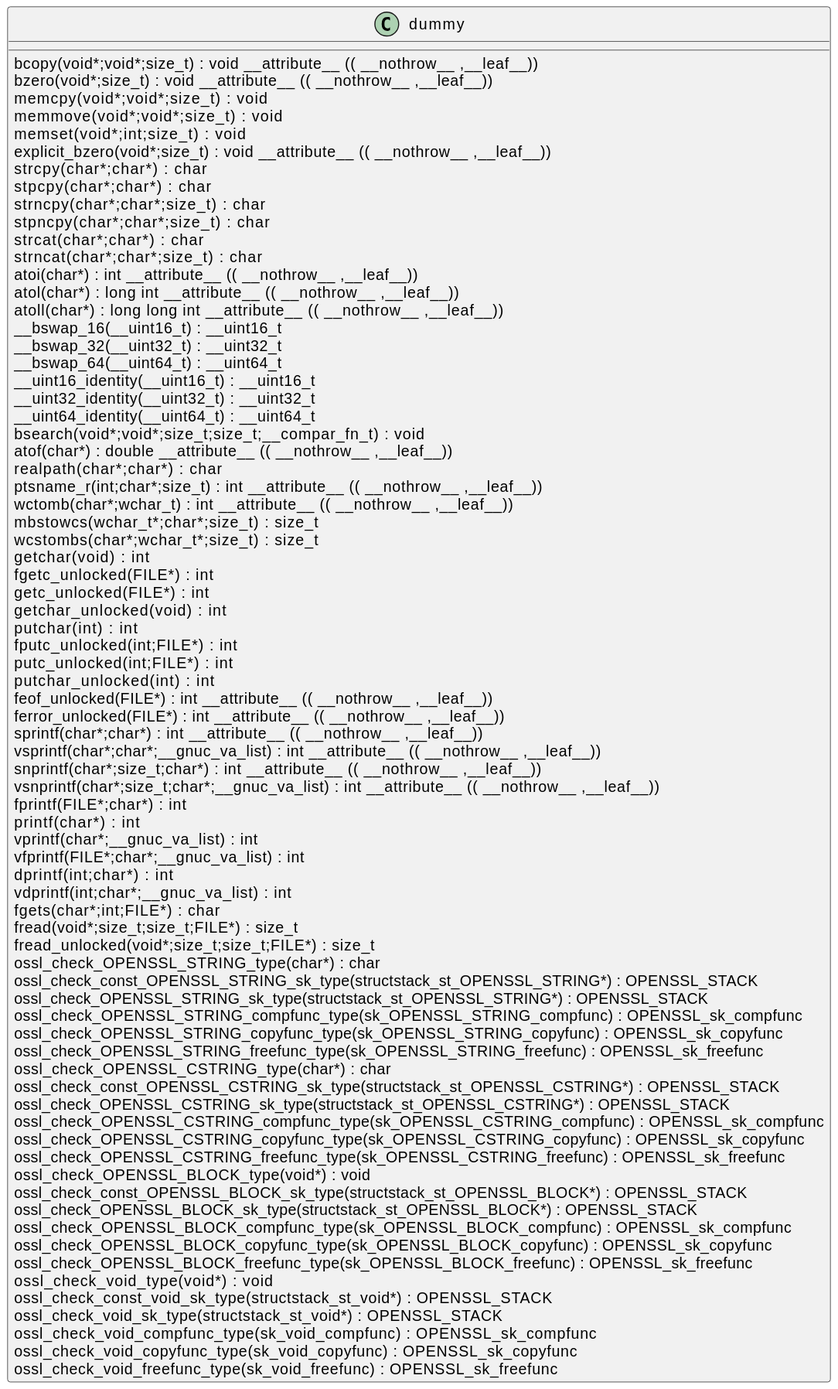
Earlier version of the PlantUML export docs/qc/ssl/statem/extensions.c.svg (qualitesys/openssl). Its diagram source:
```plantuml
@startuml
!pragma layout smetana
class dummy {
bcopy(void*;void*;size_t) :  void  __attribute__ (( __nothrow__ ,__leaf__)) [[[./../../.././qc/ssl/statem/extensions.c.html#298]]]
bzero(void*;size_t) :  void  __attribute__ (( __nothrow__ ,__leaf__)) [[[./../../.././qc/ssl/statem/extensions.c.html#305]]]
memcpy(void*;void*;size_t) :  void  [[[./../../.././qc/ssl/statem/extensions.c.html#346]]]
memmove(void*;void*;size_t) :  void  [[[./../../.././qc/ssl/statem/extensions.c.html#354]]]
memset(void*;int;size_t) :  void  [[[./../../.././qc/ssl/statem/extensions.c.html#361]]]
explicit_bzero(void*;size_t) :  void  __attribute__ (( __nothrow__ ,__leaf__)) [[[./../../.././qc/ssl/statem/extensions.c.html#374]]]
strcpy(char*;char*) :  char  [[[./../../.././qc/ssl/statem/extensions.c.html#381]]]
stpcpy(char*;char*) :  char  [[[./../../.././qc/ssl/statem/extensions.c.html#388]]]
strncpy(char*;char*;size_t) :  char  [[[./../../.././qc/ssl/statem/extensions.c.html#396]]]
stpncpy(char*;char*;size_t) :  char  [[[./../../.././qc/ssl/statem/extensions.c.html#406]]]
strcat(char*;char*) :  char  [[[./../../.././qc/ssl/statem/extensions.c.html#413]]]
strncat(char*;char*;size_t) :  char  [[[./../../.././qc/ssl/statem/extensions.c.html#420]]]
atoi(char*) :  int  __attribute__ (( __nothrow__ ,__leaf__)) [[[./../../.././qc/ssl/statem/extensions.c.html#570]]]
atol(char*) :  long  int  __attribute__ (( __nothrow__ ,__leaf__)) [[[./../../.././qc/ssl/statem/extensions.c.html#575]]]
atoll(char*) :  long  long  int  __attribute__ (( __nothrow__ ,__leaf__)) [[[./../../.././qc/ssl/statem/extensions.c.html#582]]]
__bswap_16(__uint16_t) : __uint16_t [[[./../../.././qc/ssl/statem/extensions.c.html#882]]]
__bswap_32(__uint32_t) : __uint32_t [[[./../../.././qc/ssl/statem/extensions.c.html#897]]]
__bswap_64(__uint64_t) : __uint64_t [[[./../../.././qc/ssl/statem/extensions.c.html#907]]]
__uint16_identity(__uint16_t) : __uint16_t [[[./../../.././qc/ssl/statem/extensions.c.html#919]]]
__uint32_identity(__uint32_t) : __uint32_t [[[./../../.././qc/ssl/statem/extensions.c.html#925]]]
__uint64_identity(__uint64_t) : __uint64_t [[[./../../.././qc/ssl/statem/extensions.c.html#931]]]
bsearch(void*;void*;size_t;size_t;__compar_fn_t) :  void  [[[./../../.././qc/ssl/statem/extensions.c.html#1599]]]
atof(char*) :  double  __attribute__ (( __nothrow__ ,__leaf__)) [[[./../../.././qc/ssl/statem/extensions.c.html#1]]]
realpath(char*;char*) :  char  [[[./../../.././qc/ssl/statem/extensions.c.html#1]]]
ptsname_r(int;char*;size_t) :  int  __attribute__ (( __nothrow__ ,__leaf__)) [[[./../../.././qc/ssl/statem/extensions.c.html#1]]]
wctomb(char*;wchar_t) :  int  __attribute__ (( __nothrow__ ,__leaf__)) [[[./../../.././qc/ssl/statem/extensions.c.html#1]]]
mbstowcs(wchar_t*;char*;size_t) : size_t [[[./../../.././qc/ssl/statem/extensions.c.html#1]]]
wcstombs(char*;wchar_t*;size_t) : size_t [[[./../../.././qc/ssl/statem/extensions.c.html#1]]]
getchar(void) :  int  [[[./../../.././qc/ssl/statem/extensions.c.html#1]]]
fgetc_unlocked(FILE*) :  int  [[[./../../.././qc/ssl/statem/extensions.c.html#1]]]
getc_unlocked(FILE*) :  int  [[[./../../.././qc/ssl/statem/extensions.c.html#1]]]
getchar_unlocked(void) :  int  [[[./../../.././qc/ssl/statem/extensions.c.html#1]]]
putchar(int) :  int  [[[./../../.././qc/ssl/statem/extensions.c.html#1]]]
fputc_unlocked(int;FILE*) :  int  [[[./../../.././qc/ssl/statem/extensions.c.html#1]]]
putc_unlocked(int;FILE*) :  int  [[[./../../.././qc/ssl/statem/extensions.c.html#1]]]
putchar_unlocked(int) :  int  [[[./../../.././qc/ssl/statem/extensions.c.html#1]]]
feof_unlocked(FILE*) :  int  __attribute__ (( __nothrow__ ,__leaf__)) [[[./../../.././qc/ssl/statem/extensions.c.html#1]]]
ferror_unlocked(FILE*) :  int  __attribute__ (( __nothrow__ ,__leaf__)) [[[./../../.././qc/ssl/statem/extensions.c.html#1]]]
sprintf(char*;char*) :  int  __attribute__ (( __nothrow__ ,__leaf__)) [[[./../../.././qc/ssl/statem/extensions.c.html#1]]]
vsprintf(char*;char*;__gnuc_va_list) :  int  __attribute__ (( __nothrow__ ,__leaf__)) [[[./../../.././qc/ssl/statem/extensions.c.html#1]]]
snprintf(char*;size_t;char*) :  int  __attribute__ (( __nothrow__ ,__leaf__)) [[[./../../.././qc/ssl/statem/extensions.c.html#1]]]
vsnprintf(char*;size_t;char*;__gnuc_va_list) :  int  __attribute__ (( __nothrow__ ,__leaf__)) [[[./../../.././qc/ssl/statem/extensions.c.html#1]]]
fprintf(FILE*;char*) :  int  [[[./../../.././qc/ssl/statem/extensions.c.html#1]]]
printf(char*) :  int  [[[./../../.././qc/ssl/statem/extensions.c.html#1]]]
vprintf(char*;__gnuc_va_list) :  int  [[[./../../.././qc/ssl/statem/extensions.c.html#1]]]
vfprintf(FILE*;char*;__gnuc_va_list) :  int  [[[./../../.././qc/ssl/statem/extensions.c.html#1]]]
dprintf(int;char*) :  int  [[[./../../.././qc/ssl/statem/extensions.c.html#1]]]
vdprintf(int;char*;__gnuc_va_list) :  int  [[[./../../.././qc/ssl/statem/extensions.c.html#1]]]
fgets(char*;int;FILE*) :  char  [[[./../../.././qc/ssl/statem/extensions.c.html#1]]]
fread(void*;size_t;size_t;FILE*) : size_t [[[./../../.././qc/ssl/statem/extensions.c.html#1]]]
fread_unlocked(void*;size_t;size_t;FILE*) : size_t [[[./../../.././qc/ssl/statem/extensions.c.html#1]]]
ossl_check_OPENSSL_STRING_type(char*) :  char  [[[./../../.././qc/ssl/statem/extensions.c.html#1]]]
ossl_check_const_OPENSSL_STRING_sk_type(structstack_st_OPENSSL_STRING*) : OPENSSL_STACK [[[./../../.././qc/ssl/statem/extensions.c.html#1]]]
ossl_check_OPENSSL_STRING_sk_type(structstack_st_OPENSSL_STRING*) : OPENSSL_STACK [[[./../../.././qc/ssl/statem/extensions.c.html#1]]]
ossl_check_OPENSSL_STRING_compfunc_type(sk_OPENSSL_STRING_compfunc) : OPENSSL_sk_compfunc [[[./../../.././qc/ssl/statem/extensions.c.html#1]]]
ossl_check_OPENSSL_STRING_copyfunc_type(sk_OPENSSL_STRING_copyfunc) : OPENSSL_sk_copyfunc [[[./../../.././qc/ssl/statem/extensions.c.html#1]]]
ossl_check_OPENSSL_STRING_freefunc_type(sk_OPENSSL_STRING_freefunc) : OPENSSL_sk_freefunc [[[./../../.././qc/ssl/statem/extensions.c.html#1]]]
ossl_check_OPENSSL_CSTRING_type(char*) :  char  [[[./../../.././qc/ssl/statem/extensions.c.html#1]]]
ossl_check_const_OPENSSL_CSTRING_sk_type(structstack_st_OPENSSL_CSTRING*) : OPENSSL_STACK [[[./../../.././qc/ssl/statem/extensions.c.html#1]]]
ossl_check_OPENSSL_CSTRING_sk_type(structstack_st_OPENSSL_CSTRING*) : OPENSSL_STACK [[[./../../.././qc/ssl/statem/extensions.c.html#1]]]
ossl_check_OPENSSL_CSTRING_compfunc_type(sk_OPENSSL_CSTRING_compfunc) : OPENSSL_sk_compfunc [[[./../../.././qc/ssl/statem/extensions.c.html#1]]]
ossl_check_OPENSSL_CSTRING_copyfunc_type(sk_OPENSSL_CSTRING_copyfunc) : OPENSSL_sk_copyfunc [[[./../../.././qc/ssl/statem/extensions.c.html#1]]]
ossl_check_OPENSSL_CSTRING_freefunc_type(sk_OPENSSL_CSTRING_freefunc) : OPENSSL_sk_freefunc [[[./../../.././qc/ssl/statem/extensions.c.html#1]]]
ossl_check_OPENSSL_BLOCK_type(void*) :  void  [[[./../../.././qc/ssl/statem/extensions.c.html#1]]]
ossl_check_const_OPENSSL_BLOCK_sk_type(structstack_st_OPENSSL_BLOCK*) : OPENSSL_STACK [[[./../../.././qc/ssl/statem/extensions.c.html#1]]]
ossl_check_OPENSSL_BLOCK_sk_type(structstack_st_OPENSSL_BLOCK*) : OPENSSL_STACK [[[./../../.././qc/ssl/statem/extensions.c.html#1]]]
ossl_check_OPENSSL_BLOCK_compfunc_type(sk_OPENSSL_BLOCK_compfunc) : OPENSSL_sk_compfunc [[[./../../.././qc/ssl/statem/extensions.c.html#1]]]
ossl_check_OPENSSL_BLOCK_copyfunc_type(sk_OPENSSL_BLOCK_copyfunc) : OPENSSL_sk_copyfunc [[[./../../.././qc/ssl/statem/extensions.c.html#1]]]
ossl_check_OPENSSL_BLOCK_freefunc_type(sk_OPENSSL_BLOCK_freefunc) : OPENSSL_sk_freefunc [[[./../../.././qc/ssl/statem/extensions.c.html#1]]]
ossl_check_void_type(void*) :  void  [[[./../../.././qc/ssl/statem/extensions.c.html#1]]]
ossl_check_const_void_sk_type(structstack_st_void*) : OPENSSL_STACK [[[./../../.././qc/ssl/statem/extensions.c.html#1]]]
ossl_check_void_sk_type(structstack_st_void*) : OPENSSL_STACK [[[./../../.././qc/ssl/statem/extensions.c.html#1]]]
ossl_check_void_compfunc_type(sk_void_compfunc) : OPENSSL_sk_compfunc [[[./../../.././qc/ssl/statem/extensions.c.html#1]]]
ossl_check_void_copyfunc_type(sk_void_copyfunc) : OPENSSL_sk_copyfunc [[[./../../.././qc/ssl/statem/extensions.c.html#1]]]
ossl_check_void_freefunc_type(sk_void_freefunc) : OPENSSL_sk_freefunc [[[./../../.././qc/ssl/statem/extensions.c.html#1]]]
}
@enduml
```
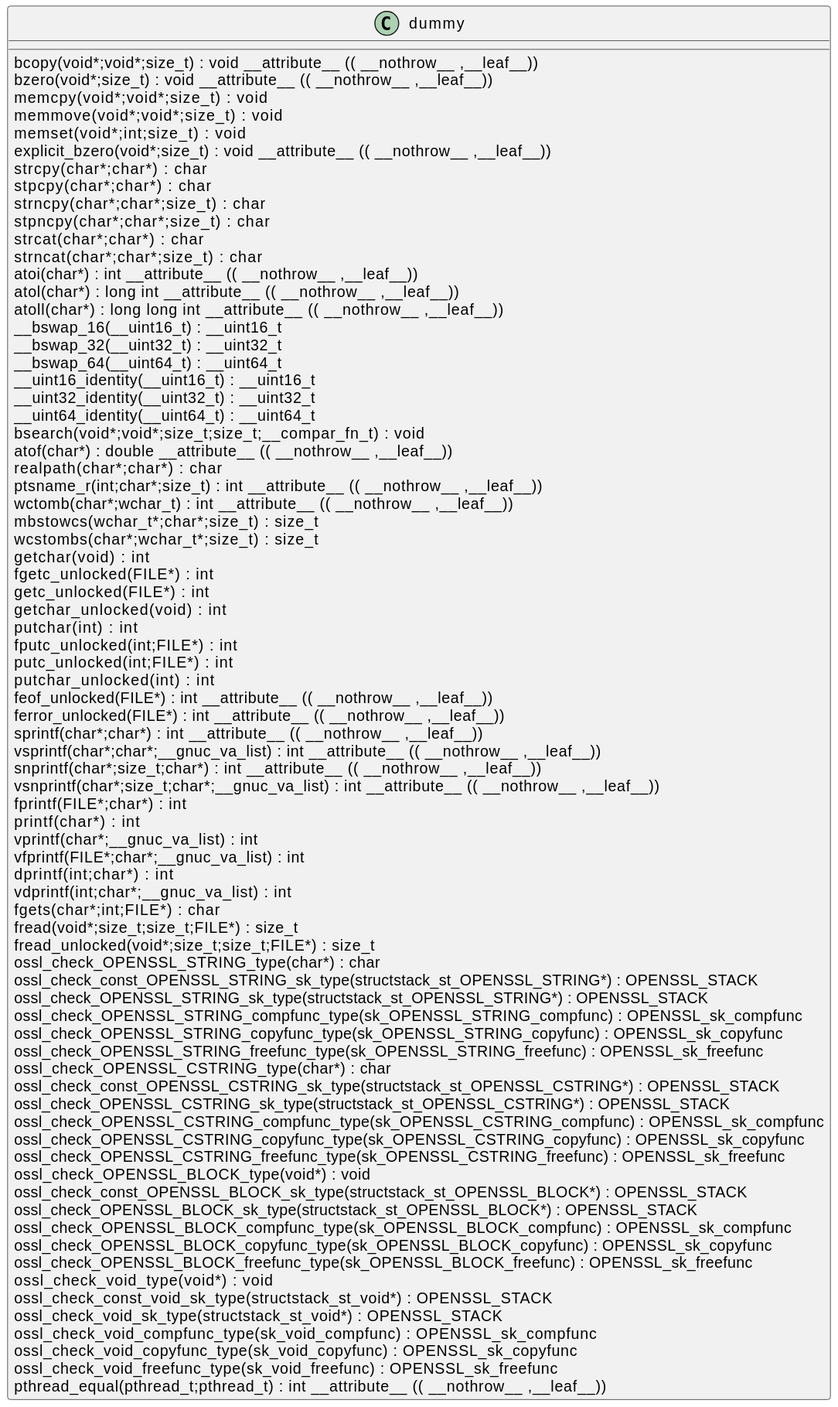
The same diagram one commit later.

The edit, as a diff of the source:
```diff
@@ -76,5 +76,6 @@
 ossl_check_void_compfunc_type(sk_void_compfunc) : OPENSSL_sk_compfunc [[[./../../.././qc/ssl/statem/extensions.c.html#1]]]
 ossl_check_void_copyfunc_type(sk_void_copyfunc) : OPENSSL_sk_copyfunc [[[./../../.././qc/ssl/statem/extensions.c.html#1]]]
 ossl_check_void_freefunc_type(sk_void_freefunc) : OPENSSL_sk_freefunc [[[./../../.././qc/ssl/statem/extensions.c.html#1]]]
+pthread_equal(pthread_t;pthread_t) :  int  __attribute__ (( __nothrow__ ,__leaf__)) [[[./../../.././qc/ssl/statem/extensions.c.html#1]]]
 }
 @enduml
```
